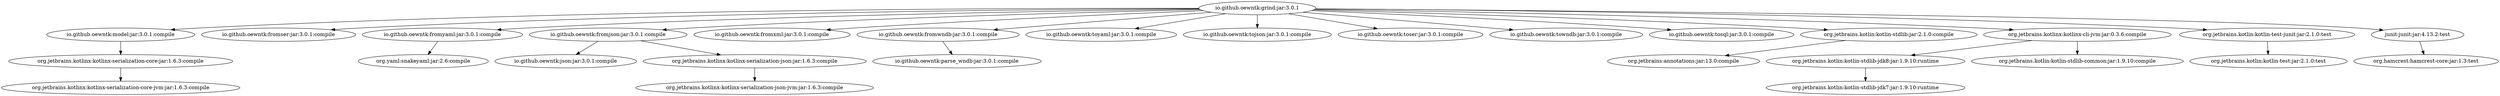
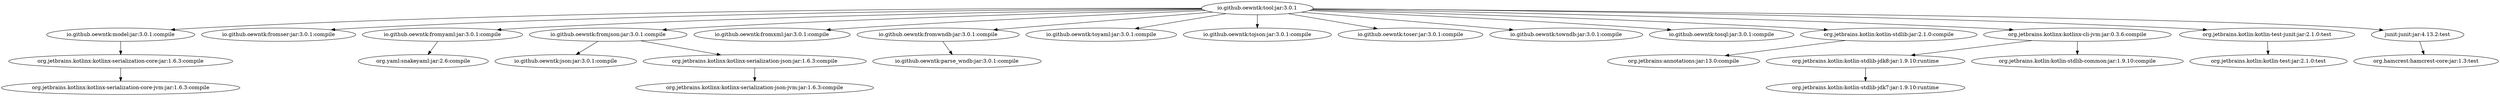
- digraph "io.github.oewntk:grind:jar:3.0.1" {
- 	"io.github.oewntk:grind:jar:3.0.1" -> "io.github.oewntk:model:jar:3.0.1:compile" ;
- 	"io.github.oewntk:grind:jar:3.0.1" -> "io.github.oewntk:fromser:jar:3.0.1:compile" ;
- 	"io.github.oewntk:grind:jar:3.0.1" -> "io.github.oewntk:fromyaml:jar:3.0.1:compile" ;
- 	"io.github.oewntk:grind:jar:3.0.1" -> "io.github.oewntk:fromjson:jar:3.0.1:compile" ;
- 	"io.github.oewntk:grind:jar:3.0.1" -> "io.github.oewntk:fromxml:jar:3.0.1:compile" ;
- 	"io.github.oewntk:grind:jar:3.0.1" -> "io.github.oewntk:fromwndb:jar:3.0.1:compile" ;
- 	"io.github.oewntk:grind:jar:3.0.1" -> "io.github.oewntk:toyaml:jar:3.0.1:compile" ;
- 	"io.github.oewntk:grind:jar:3.0.1" -> "io.github.oewntk:tojson:jar:3.0.1:compile" ;
- 	"io.github.oewntk:grind:jar:3.0.1" -> "io.github.oewntk:toser:jar:3.0.1:compile" ;
- 	"io.github.oewntk:grind:jar:3.0.1" -> "io.github.oewntk:towndb:jar:3.0.1:compile" ;
- 	"io.github.oewntk:grind:jar:3.0.1" -> "io.github.oewntk:tosql:jar:3.0.1:compile" ;
- 	"io.github.oewntk:grind:jar:3.0.1" -> "org.jetbrains.kotlin:kotlin-stdlib:jar:2.1.0:compile" ;
- 	"io.github.oewntk:grind:jar:3.0.1" -> "org.jetbrains.kotlinx:kotlinx-cli-jvm:jar:0.3.6:compile" ;
- 	"io.github.oewntk:grind:jar:3.0.1" -> "org.jetbrains.kotlin:kotlin-test-junit:jar:2.1.0:test" ;
- 	"io.github.oewntk:grind:jar:3.0.1" -> "junit:junit:jar:4.13.2:test" ;
+ digraph "io.github.oewntk:tool:jar:3.0.1" {
+ 	"io.github.oewntk:tool:jar:3.0.1" -> "io.github.oewntk:model:jar:3.0.1:compile" ;
+ 	"io.github.oewntk:tool:jar:3.0.1" -> "io.github.oewntk:fromser:jar:3.0.1:compile" ;
+ 	"io.github.oewntk:tool:jar:3.0.1" -> "io.github.oewntk:fromyaml:jar:3.0.1:compile" ;
+ 	"io.github.oewntk:tool:jar:3.0.1" -> "io.github.oewntk:fromjson:jar:3.0.1:compile" ;
+ 	"io.github.oewntk:tool:jar:3.0.1" -> "io.github.oewntk:fromxml:jar:3.0.1:compile" ;
+ 	"io.github.oewntk:tool:jar:3.0.1" -> "io.github.oewntk:fromwndb:jar:3.0.1:compile" ;
+ 	"io.github.oewntk:tool:jar:3.0.1" -> "io.github.oewntk:toyaml:jar:3.0.1:compile" ;
+ 	"io.github.oewntk:tool:jar:3.0.1" -> "io.github.oewntk:tojson:jar:3.0.1:compile" ;
+ 	"io.github.oewntk:tool:jar:3.0.1" -> "io.github.oewntk:toser:jar:3.0.1:compile" ;
+ 	"io.github.oewntk:tool:jar:3.0.1" -> "io.github.oewntk:towndb:jar:3.0.1:compile" ;
+ 	"io.github.oewntk:tool:jar:3.0.1" -> "io.github.oewntk:tosql:jar:3.0.1:compile" ;
+ 	"io.github.oewntk:tool:jar:3.0.1" -> "org.jetbrains.kotlin:kotlin-stdlib:jar:2.1.0:compile" ;
+ 	"io.github.oewntk:tool:jar:3.0.1" -> "org.jetbrains.kotlinx:kotlinx-cli-jvm:jar:0.3.6:compile" ;
+ 	"io.github.oewntk:tool:jar:3.0.1" -> "org.jetbrains.kotlin:kotlin-test-junit:jar:2.1.0:test" ;
+ 	"io.github.oewntk:tool:jar:3.0.1" -> "junit:junit:jar:4.13.2:test" ;
	"io.github.oewntk:model:jar:3.0.1:compile" -> "org.jetbrains.kotlinx:kotlinx-serialization-core:jar:1.6.3:compile" ;
	"org.jetbrains.kotlinx:kotlinx-serialization-core:jar:1.6.3:compile" -> "org.jetbrains.kotlinx:kotlinx-serialization-core-jvm:jar:1.6.3:compile" ;
	"io.github.oewntk:fromyaml:jar:3.0.1:compile" -> "org.yaml:snakeyaml:jar:2.6:compile" ;
	"io.github.oewntk:fromjson:jar:3.0.1:compile" -> "io.github.oewntk:json:jar:3.0.1:compile" ;
	"io.github.oewntk:fromjson:jar:3.0.1:compile" -> "org.jetbrains.kotlinx:kotlinx-serialization-json:jar:1.6.3:compile" ;
	"org.jetbrains.kotlinx:kotlinx-serialization-json:jar:1.6.3:compile" -> "org.jetbrains.kotlinx:kotlinx-serialization-json-jvm:jar:1.6.3:compile" ;
	"io.github.oewntk:fromwndb:jar:3.0.1:compile" -> "io.github.oewntk:parse_wndb:jar:3.0.1:compile" ;
	"org.jetbrains.kotlin:kotlin-stdlib:jar:2.1.0:compile" -> "org.jetbrains:annotations:jar:13.0:compile" ;
	"org.jetbrains.kotlinx:kotlinx-cli-jvm:jar:0.3.6:compile" -> "org.jetbrains.kotlin:kotlin-stdlib-jdk8:jar:1.9.10:runtime" ;
	"org.jetbrains.kotlinx:kotlinx-cli-jvm:jar:0.3.6:compile" -> "org.jetbrains.kotlin:kotlin-stdlib-common:jar:1.9.10:compile" ;
	"org.jetbrains.kotlin:kotlin-stdlib-jdk8:jar:1.9.10:runtime" -> "org.jetbrains.kotlin:kotlin-stdlib-jdk7:jar:1.9.10:runtime" ;
	"org.jetbrains.kotlin:kotlin-test-junit:jar:2.1.0:test" -> "org.jetbrains.kotlin:kotlin-test:jar:2.1.0:test" ;
	"junit:junit:jar:4.13.2:test" -> "org.hamcrest:hamcrest-core:jar:1.3:test" ;
 }